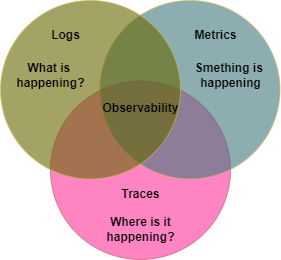
The draw.io diagram observability.drawio.png in webaayu/cloudyuga, before a commit. Source tidied: cells renumbered, new cells last; positions are measured from the earlier drawing's top-left corner, leaving out a move shared by most shapes.
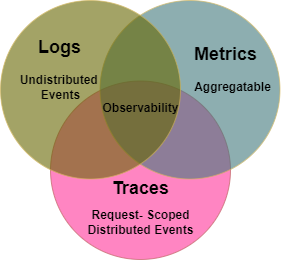
After the change.

The edit, as a diff of the source:
```diff
@@ -14,23 +14,23 @@
     <mxCell id="5" value="Observability" style="text;html=1;align=center;verticalAlign=middle;strokeColor=none;fillColor=none;fontStyle=1;" parent="1" vertex="1">
       <mxGeometry x="90" y="93" width="100" height="30" as="geometry" />
     </mxCell>
-    <mxCell id="6" value="Traces" style="text;html=1;align=center;verticalAlign=middle;strokeColor=none;fillColor=none;fontStyle=1;" parent="1" vertex="1">
-      <mxGeometry x="110" y="178.5" width="60" height="30" as="geometry" />
+    <mxCell id="6" value="Traces" style="text;html=1;align=center;verticalAlign=middle;strokeColor=none;fillColor=none;fontStyle=1;fontSize=18;" parent="1" vertex="1">
+      <mxGeometry x="100" y="167.5" width="80" height="40" as="geometry" />
     </mxCell>
-    <mxCell id="7" value="Logs" style="text;html=1;align=center;verticalAlign=middle;strokeColor=none;fillColor=none;fontStyle=1;" parent="1" vertex="1">
-      <mxGeometry x="40" y="20" width="50" height="30" as="geometry" />
+    <mxCell id="7" value="Logs" style="text;html=1;align=center;verticalAlign=middle;strokeColor=none;fillColor=none;fontStyle=1;strokeWidth=5;fontSize=18;" parent="1" vertex="1">
+      <mxGeometry x="24" y="27" width="70" height="40" as="geometry" />
     </mxCell>
-    <mxCell id="8" value="Metrics" style="text;html=1;align=center;verticalAlign=middle;strokeColor=none;fillColor=none;fontStyle=1;" parent="1" vertex="1">
-      <mxGeometry x="180" y="20" width="70" height="30" as="geometry" />
+    <mxCell id="8" value="Metrics" style="text;html=1;align=center;verticalAlign=middle;strokeColor=none;fillColor=none;fontStyle=1;fontSize=18;" parent="1" vertex="1">
+      <mxGeometry x="180" y="34" width="90" height="40" as="geometry" />
     </mxCell>
-    <mxCell id="9" value="Smething is&amp;nbsp;&lt;br&gt;happening" style="text;html=1;align=center;verticalAlign=middle;strokeColor=none;fillColor=none;fontStyle=1;" parent="1" vertex="1">
-      <mxGeometry x="185" y="55" width="90" height="40" as="geometry" />
+    <mxCell id="9" value="Aggregatable" style="text;html=1;align=center;verticalAlign=middle;strokeColor=none;fillColor=none;fontStyle=1;" parent="1" vertex="1">
+      <mxGeometry x="182" y="72" width="100" height="30" as="geometry" />
     </mxCell>
-    <mxCell id="10" value="Where is it&lt;br&gt;happening?" style="text;html=1;align=center;verticalAlign=middle;strokeColor=none;fillColor=none;fontStyle=1;" parent="1" vertex="1">
-      <mxGeometry x="95" y="209" width="90" height="40" as="geometry" />
+    <mxCell id="10" value="Request- Scoped&lt;br&gt;Distributed Events" style="text;html=1;align=center;verticalAlign=middle;strokeColor=none;fillColor=none;fontStyle=1;" parent="1" vertex="1">
+      <mxGeometry x="75" y="202" width="130" height="40" as="geometry" />
     </mxCell>
-    <mxCell id="11" value="What is&amp;nbsp;&lt;br&gt;happening?" style="text;html=1;align=center;verticalAlign=middle;strokeColor=none;fillColor=none;fontStyle=1;" parent="1" vertex="1">
-      <mxGeometry x="5" y="55" width="90" height="40" as="geometry" />
+    <mxCell id="11" value="Undistributed&amp;nbsp;&lt;br&gt;Events" style="text;html=1;align=center;verticalAlign=middle;strokeColor=none;fillColor=none;fontStyle=1;" parent="1" vertex="1">
+      <mxGeometry x="10" y="67" width="100" height="40" as="geometry" />
     </mxCell>
   </root>
 </mxGraphModel>
```
